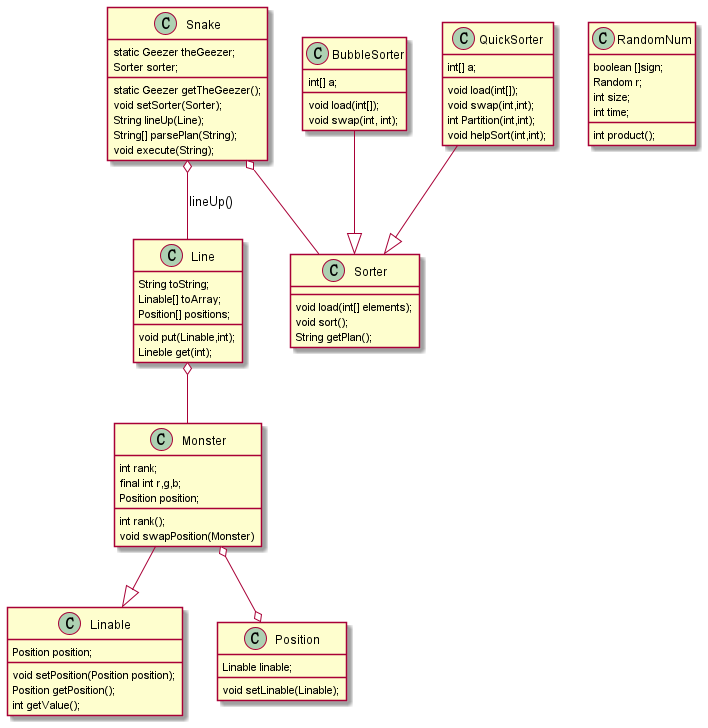
This is S191220124/task2/pic/task2Character.png from jwork-2021-attic/jw02-Baykin5, a PlantUML export, as it was before one commit.
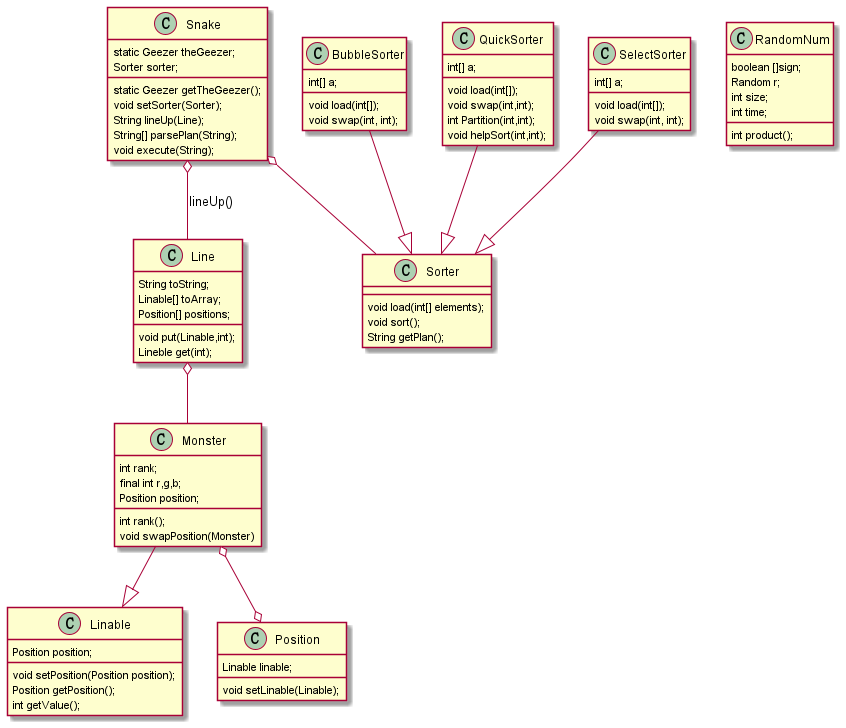
After the commit.

Change to the diagram source:
```diff
@@ -62,6 +62,11 @@
     int Partition(int,int);
     void helpSort(int,int);
 }
+class SelectSorter{
+    int[] a;
+    void load(int[]);
+    void swap(int, int);
+}
 class RandomNum{
     boolean []sign;
     Random r;
@@ -72,6 +77,7 @@
 }
 BubbleSorter --|> Sorter
 QuickSorter --|> Sorter
+SelectSorter --|>Sorter
 Monster --|>Linable
 
 
```
